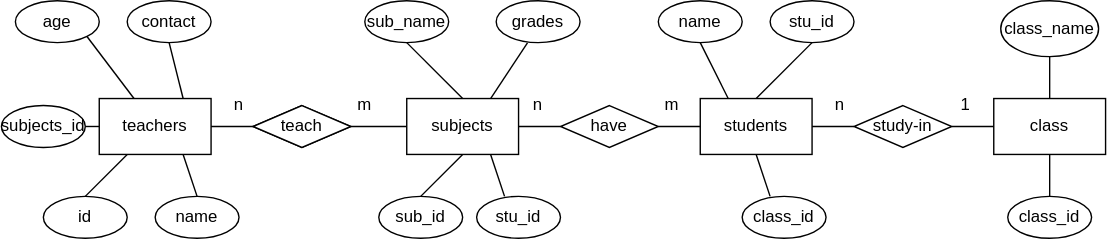
Above: Lab1/ERD.drawio.svg in Burton0703/Database-Labs (draw.io), before the change. Source tidied: cells renumbered, new cells last; positions are measured from the earlier drawing's top-left corner, leaving out a move shared by most shapes.
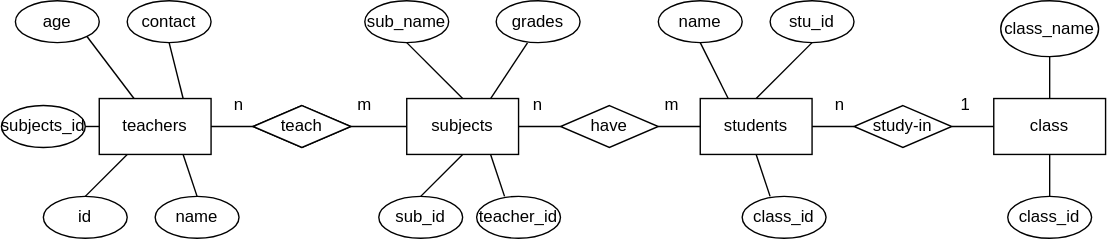
Above is the later version.

The edit, as a diff of the source:
```diff
@@ -149,7 +149,7 @@
     <mxCell id="48" value="subjects_id" style="ellipse;whiteSpace=wrap;html=1;" parent="1" vertex="1">
       <mxGeometry y="75" width="60" height="30" as="geometry" />
     </mxCell>
-    <mxCell id="49" value="stu_id" style="ellipse;whiteSpace=wrap;html=1;" parent="1" vertex="1">
+    <mxCell id="49" value="teacher_id" style="ellipse;whiteSpace=wrap;html=1;" parent="1" vertex="1">
       <mxGeometry x="340" y="140" width="60" height="30" as="geometry" />
     </mxCell>
     <mxCell id="50" style="endArrow=none;html=1;rounded=0;exitX=0.333;exitY=0;exitDx=0;exitDy=0;exitPerimeter=0;entryX=0.75;entryY=1;entryDx=0;entryDy=0;" parent="1" edge="1" source="49" target="3">
```
